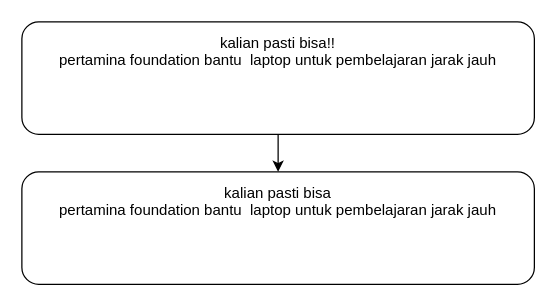
Before: Dokumen TA/Paper/Gambar/Proses Menghapus angka.drawio in muspriandi/TextMining-SentimentAnalysis, a draw.io diagram. Source tidied: cells renumbered, new cells numbered last; positions are measured from the earlier drawing's top-left corner, leaving out a move shared by most shapes. Both pictures are drawn from the tidied source at 125%, with x=0, y=0 at pixel (21, 21).
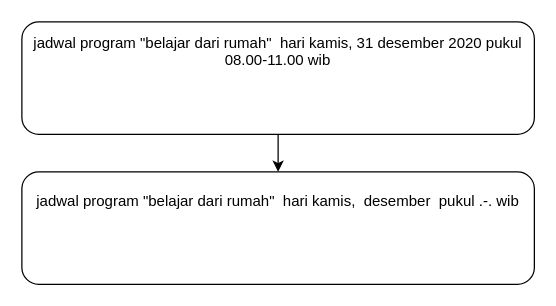
The same page after the edit.

Diff of the diagram source:
```diff
@@
 <mxGraphModel>
   <root>
     <mxCell id="0" />
     <mxCell id="1" parent="0" />
     <mxCell id="2" style="edgeStyle=orthogonalEdgeStyle;rounded=0;jettySize=auto;html=1;entryX=0.5;entryY=0;entryDx=0;entryDy=0;" parent="1" edge="1" source="3" target="4">
       <mxGeometry relative="1" as="geometry" />
     </mxCell>
-    <mxCell id="3" value="&lt;div&gt;&lt;div&gt;&lt;div&gt;&lt;div&gt;kalian pasti bisa!!&lt;/div&gt;&lt;div&gt;pertamina foundation bantu&amp;nbsp; laptop untuk pembelajaran jarak jauh&lt;/div&gt;&lt;div&gt;&lt;br&gt;&lt;/div&gt;&lt;div&gt;&lt;br&gt;&lt;/div&gt;&lt;div&gt;&lt;br&gt;&lt;/div&gt;&lt;/div&gt;&lt;/div&gt;&lt;/div&gt;" style="rounded=1;whiteSpace=wrap;html=1;align=center;" parent="1" vertex="1">
+    <mxCell id="3" value="&lt;div&gt;jadwal program &quot;belajar dari rumah&quot;&amp;nbsp; hari kamis, 31 desember 2020 pukul 08.00-11.00 wib&lt;/div&gt;&lt;div&gt;&lt;br&gt;&lt;/div&gt;&lt;div&gt;&lt;br&gt;&lt;/div&gt;&lt;div&gt;&lt;br&gt;&lt;/div&gt;" style="rounded=1;whiteSpace=wrap;html=1;align=center;" parent="1" vertex="1">
       <mxGeometry width="410" height="90" as="geometry" />
     </mxCell>
-    <mxCell id="4" value="&lt;div&gt;&lt;div&gt;&lt;div&gt;kalian pasti bisa&lt;/div&gt;&lt;div&gt;pertamina foundation bantu&amp;nbsp; laptop untuk pembelajaran jarak jauh&lt;/div&gt;&lt;div&gt;&lt;br&gt;&lt;/div&gt;&lt;div&gt;&lt;br&gt;&lt;/div&gt;&lt;div&gt;&lt;br&gt;&lt;/div&gt;&lt;/div&gt;&lt;/div&gt;" style="rounded=1;whiteSpace=wrap;html=1;align=center;" parent="1" vertex="1">
+    <mxCell id="4" value="&lt;div&gt;jadwal program &quot;belajar dari rumah&quot;&amp;nbsp; hari kamis,&amp;nbsp; desember&amp;nbsp; pukul .-. wib&lt;/div&gt;&lt;div&gt;&lt;br&gt;&lt;/div&gt;&lt;div&gt;&lt;br&gt;&lt;/div&gt;&lt;div&gt;&lt;br&gt;&lt;/div&gt;" style="rounded=1;whiteSpace=wrap;html=1;align=center;" parent="1" vertex="1">
       <mxGeometry y="120" width="410" height="90" as="geometry" />
     </mxCell>
   </root>
 </mxGraphModel>
```
